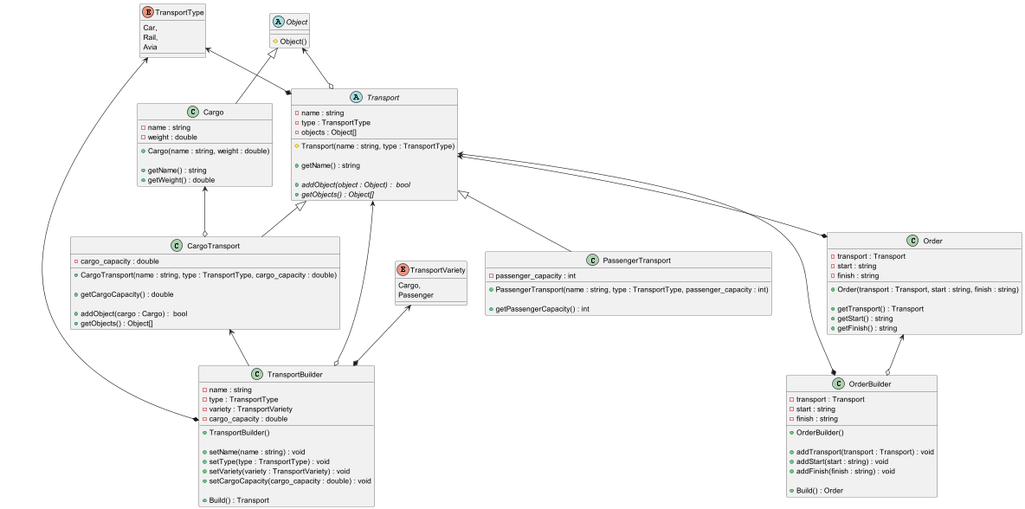
Earlier version of the PlantUML export class_diagram.png (it-top-shambala/TransportCompany_). Its diagram source:
```plantuml
@startuml

enum TransportType {
Car,
Rail,
Avia
}

abstract class Object {
# Object()
}

Object <|-- Cargo
class Cargo {
- name : string
- weight : double

+ Cargo(name : string, weight : double)

+ getName() : string
+ getWeight() : double
}


TransportType <--* Transport
Object <--o Transport
abstract class Transport {
- name : string
- type : TransportType
- objects : Object[]

# Transport(name : string, type : TransportType)

+ getName() : string

+ {abstract} addObject(object : Object) :  bool
+ {abstract} getObjects() : Object[]
}

Transport <|-- CargoTransport
Cargo <--o CargoTransport
class CargoTransport {
- cargo_capacity : double

+ CargoTransport(name : string, type : TransportType, cargo_capacity : double)

+ getCargoCapacity() : double

+ addObject(cargo : Cargo) :  bool
+ getObjects() : Object[]
}

Transport <|-- PassengerTransport
class PassengerTransport {
- passenger_capacity : int

+ PassengerTransport(name : string, type : TransportType, passenger_capacity : int)

+ getPassengerCapacity() : int
}

Transport <--* Order
class Order {
- transport : Transport
- start : string
- finish : string

+ Order(transport : Transport, start : string, finish : string)

+ getTransport() : Transport
+ getStart() : string
+ getFinish() : string
}

Transport <--* OrderBuilder
Order <--o OrderBuilder
class OrderBuilder{
- transport : Transport
- start : string
- finish : string

+ OrderBuilder()

+ addTransport(transport : Transport) : void
+ addStart(start : string) : void
+ addFinish(finish : string) : void

+ Build() : Order
}

enum TransportVariety {
Cargo,
Passenger
}


Transport <--o TransportBuilder
TransportType <--* TransportBuilder
TransportVariety <--* TransportBuilder
CargoTransport <-- TransportBuilder
class TransportBuilder {
- name : string
- type : TransportType
- variety : TransportVariety
- cargo_capacity : double

+ TransportBuilder()

+ setName(name : string) : void
+ setType(type : TransportType) : void
+ setVariety(variety : TransportVariety) : void
+ setCargoCapacity(cargo_capacity : double) : void

+ Build() : Transport
}

@enduml
```
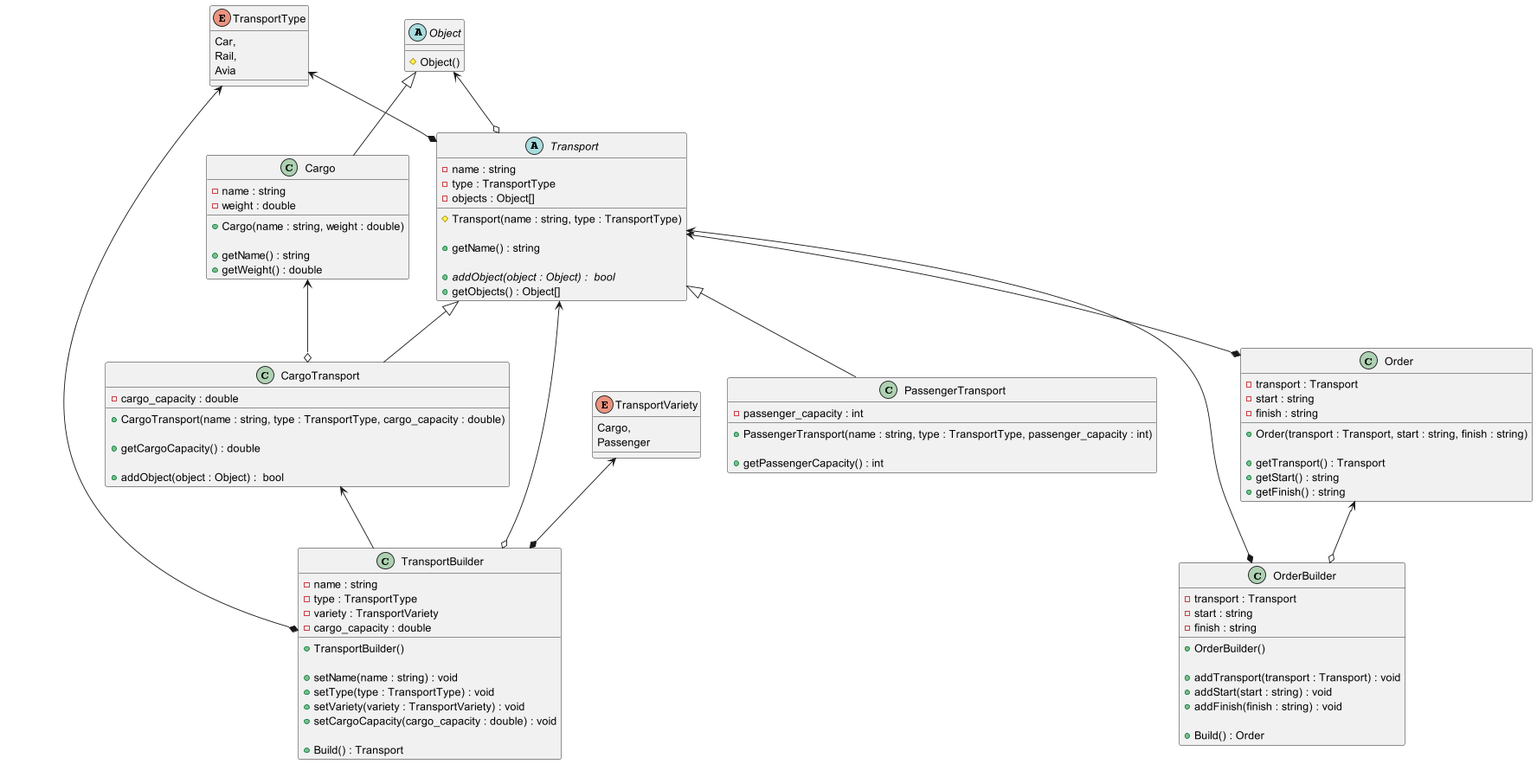
After the change.

Commit message:
Update class diagram

Change to the diagram source:
```diff
@@ -34,7 +34,7 @@
 + getName() : string
 
 + {abstract} addObject(object : Object) :  bool
-+ {abstract} getObjects() : Object[]
++ getObjects() : Object[]
 }
 
 Transport <|-- CargoTransport
@@ -46,8 +46,7 @@
 
 + getCargoCapacity() : double
 
-+ addObject(cargo : Cargo) :  bool
-+ getObjects() : Object[]
++ addObject(object : Object) :  bool
 }
 
 Transport <|-- PassengerTransport
```
